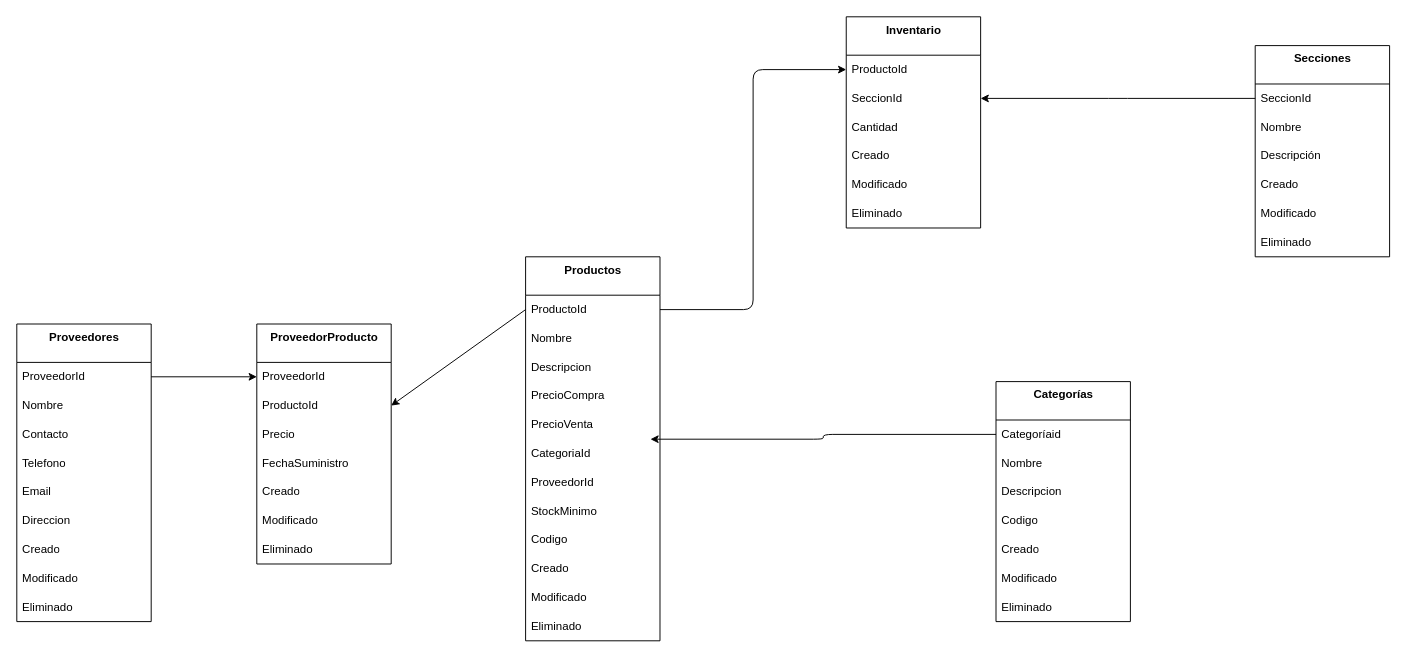
Before: Doc/Bodega.drawio in Rosmel-Merlo/CajamarcaDigital, a draw.io diagram. Source tidied: cells renumbered, new cells numbered last; positions are measured from the earlier drawing's top-left corner, leaving out a move shared by most shapes. Both pictures are drawn from the tidied source at 96%, with x=0, y=0 at pixel (16, 16).
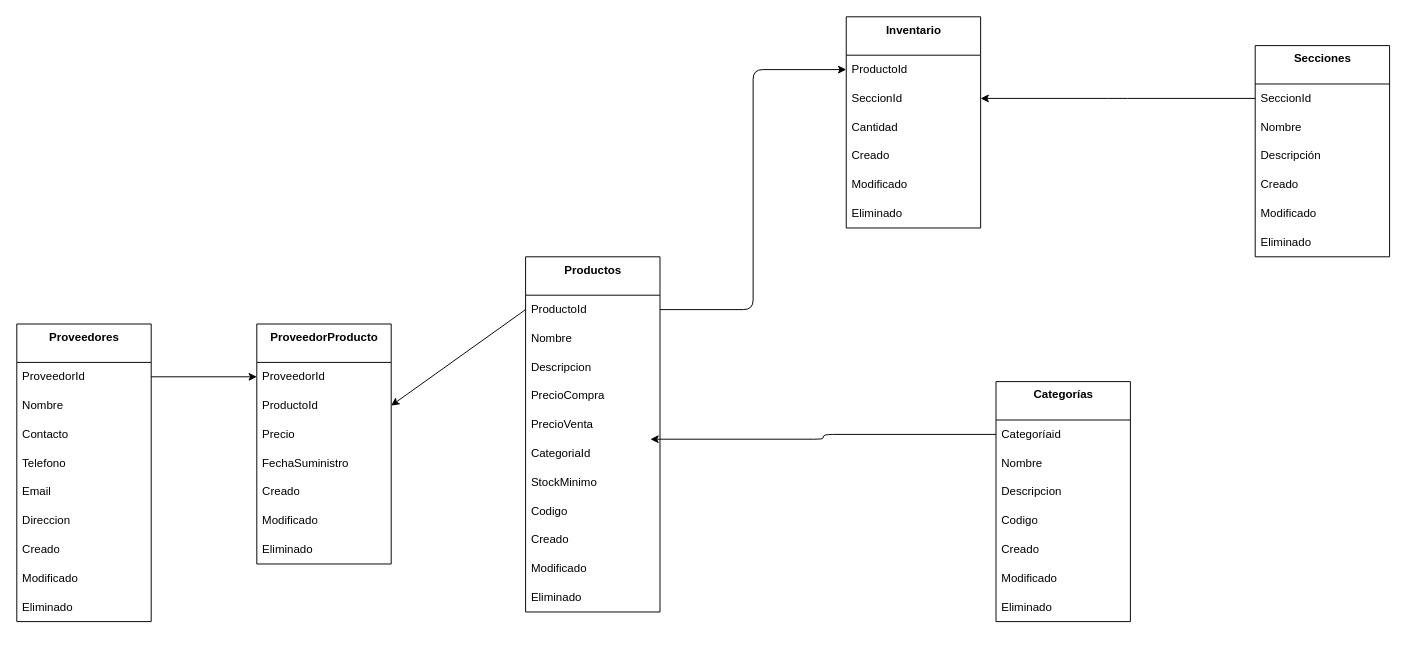
After the change.

Diff of the diagram source:
```diff
@@
     <mxCell id="2" value="&lt;b&gt;Productos&lt;/b&gt;" style="swimlane;fontStyle=0;align=center;verticalAlign=top;horizontal=1;startSize=40;html=1;" parent="1" vertex="1">
-      <mxGeometry x="530" y="250" width="140" height="400" as="geometry" />
+      <mxGeometry x="530" y="250" width="140" height="370" as="geometry" />
     </mxCell>
@@
-    <mxCell id="9" value="ProveedorId" style="text;html=1;strokeColor=none;fillColor=none;align=left;verticalAlign=middle;spacingLeft=4;spacingRight=4;overflow=hidden;" parent="2" vertex="1">
-      <mxGeometry y="220" width="140" height="30" as="geometry" />
-    </mxCell>
     <mxCell id="10" value="StockMinimo" style="text;html=1;strokeColor=none;fillColor=none;align=left;verticalAlign=middle;spacingLeft=4;spacingRight=4;overflow=hidden;" parent="2" vertex="1">
-      <mxGeometry y="250" width="140" height="30" as="geometry" />
+      <mxGeometry y="220" width="140" height="30" as="geometry" />
     </mxCell>
     <mxCell id="11" value="Codigo" style="text;html=1;strokeColor=none;fillColor=none;align=left;verticalAlign=middle;spacingLeft=4;spacingRight=4;overflow=hidden;" parent="2" vertex="1">
-      <mxGeometry y="280" width="140" height="30" as="geometry" />
+      <mxGeometry y="250" width="140" height="30" as="geometry" />
     </mxCell>
     <mxCell id="12" value="Creado" style="text;html=1;strokeColor=none;fillColor=none;align=left;verticalAlign=middle;spacingLeft=4;spacingRight=4;overflow=hidden;" parent="2" vertex="1">
-      <mxGeometry y="310" width="140" height="30" as="geometry" />
+      <mxGeometry y="280" width="140" height="30" as="geometry" />
     </mxCell>
     <mxCell id="13" value="Modificado" style="text;html=1;strokeColor=none;fillColor=none;align=left;verticalAlign=middle;spacingLeft=4;spacingRight=4;overflow=hidden;" parent="2" vertex="1">
-      <mxGeometry y="340" width="140" height="30" as="geometry" />
+      <mxGeometry y="310" width="140" height="30" as="geometry" />
     </mxCell>
     <mxCell id="14" value="Eliminado" style="text;html=1;strokeColor=none;fillColor=none;align=left;verticalAlign=middle;spacingLeft=4;spacingRight=4;overflow=hidden;" parent="2" vertex="1">
-      <mxGeometry y="370" width="140" height="30" as="geometry" />
+      <mxGeometry y="340" width="140" height="30" as="geometry" />
     </mxCell>
```
